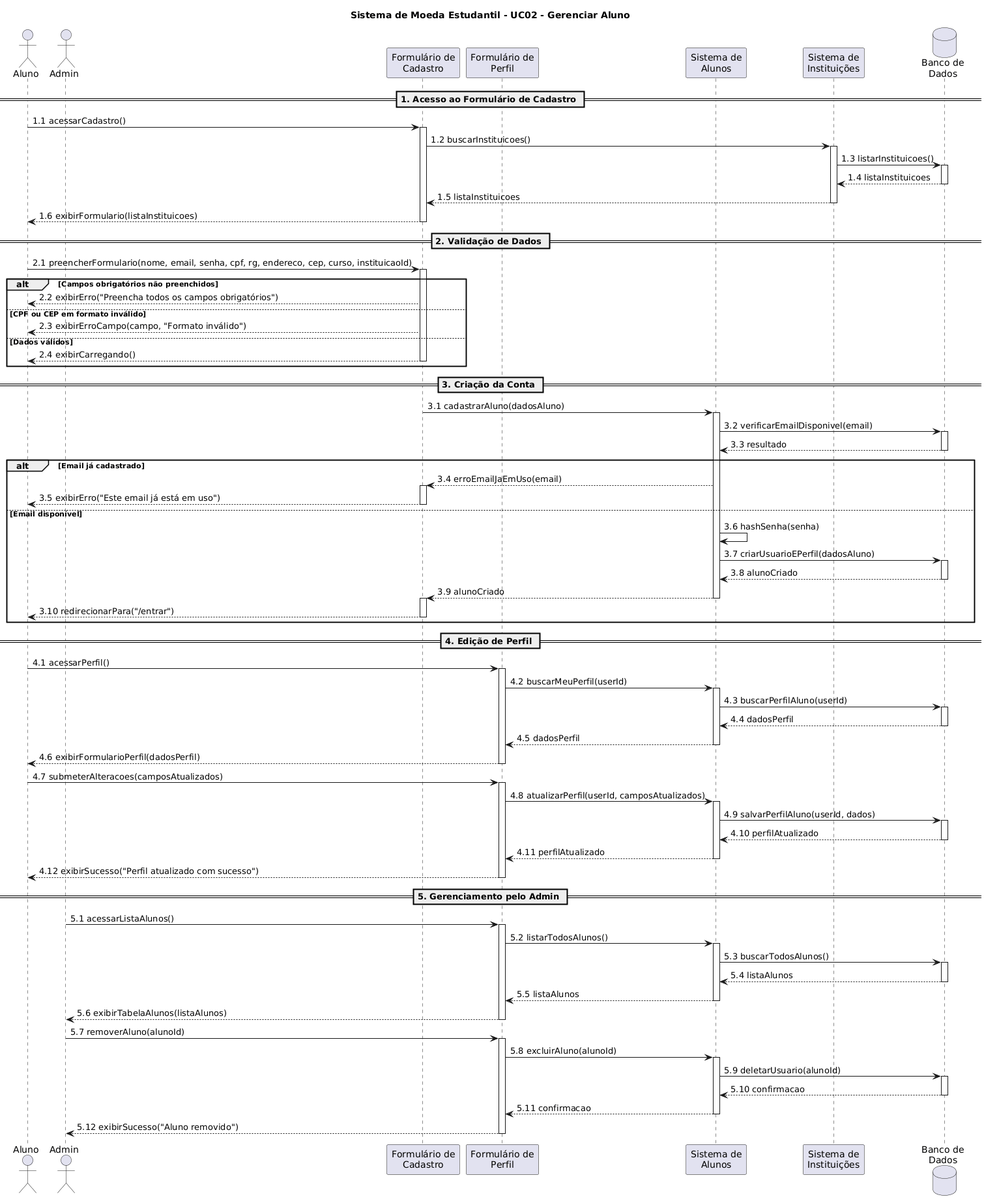
Above: docs/diagramas/Diagrama-de-sequencia/UC02/UC02-GerenciarAluno.png in LauraPontara/lab-sistema-moeda-estudantil (PlantUML), before the change.
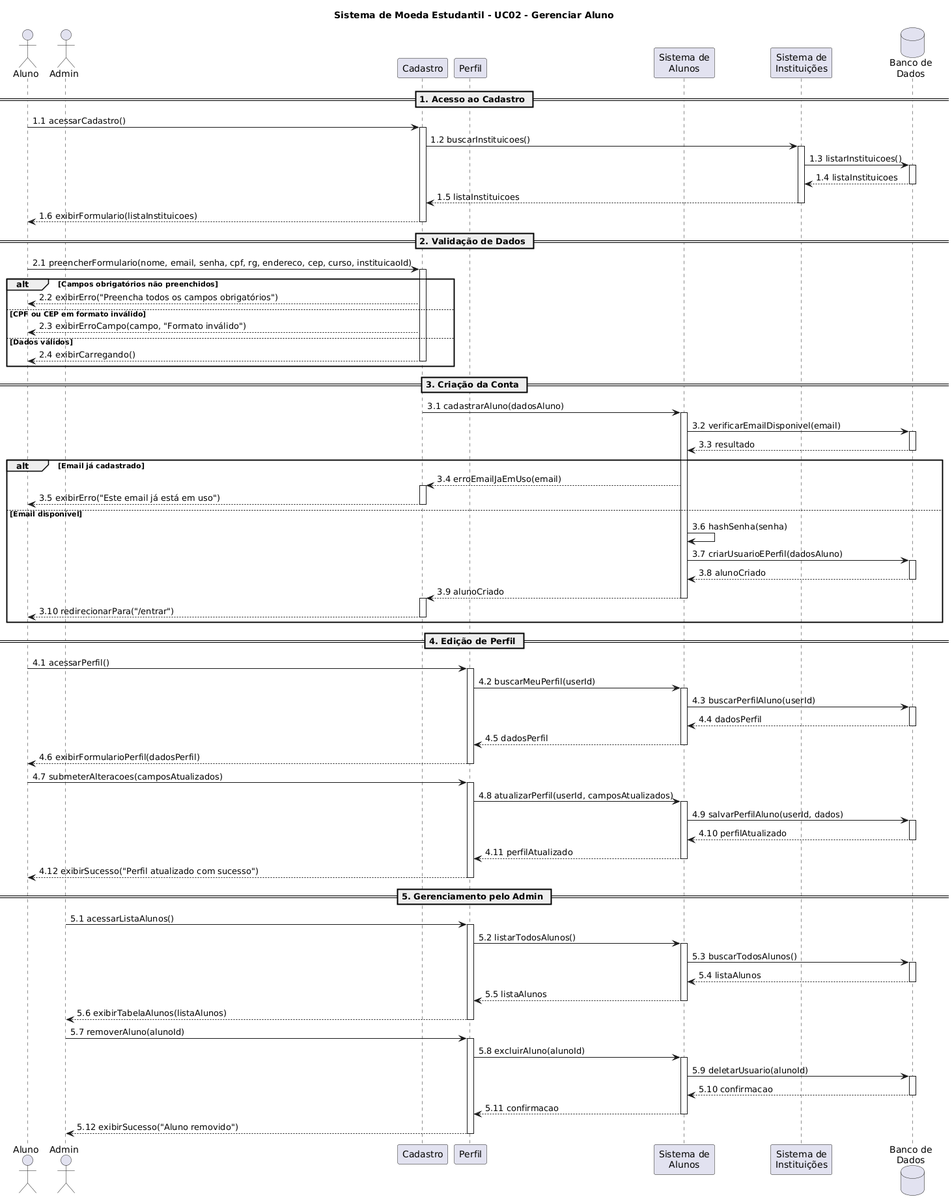
Later version of the same file.

The edit, as a diff of the source:
```diff
@@ -3,13 +3,13 @@
 
 actor Aluno as A
 actor Admin as ADM
-participant "Formulário de\nCadastro" as FC
-participant "Formulário de\nPerfil" as FP
+participant "Cadastro" as FC
+participant "Perfil" as FP
 participant "Sistema de\nAlunos" as SA
 participant "Sistema de\nInstituições" as SI
 database "Banco de\nDados" as BD
 
-== 1. Acesso ao Formulário de Cadastro ==
+== 1. Acesso ao Cadastro ==
 
 A -> FC: 1.1 acessarCadastro()
 activate FC
```
